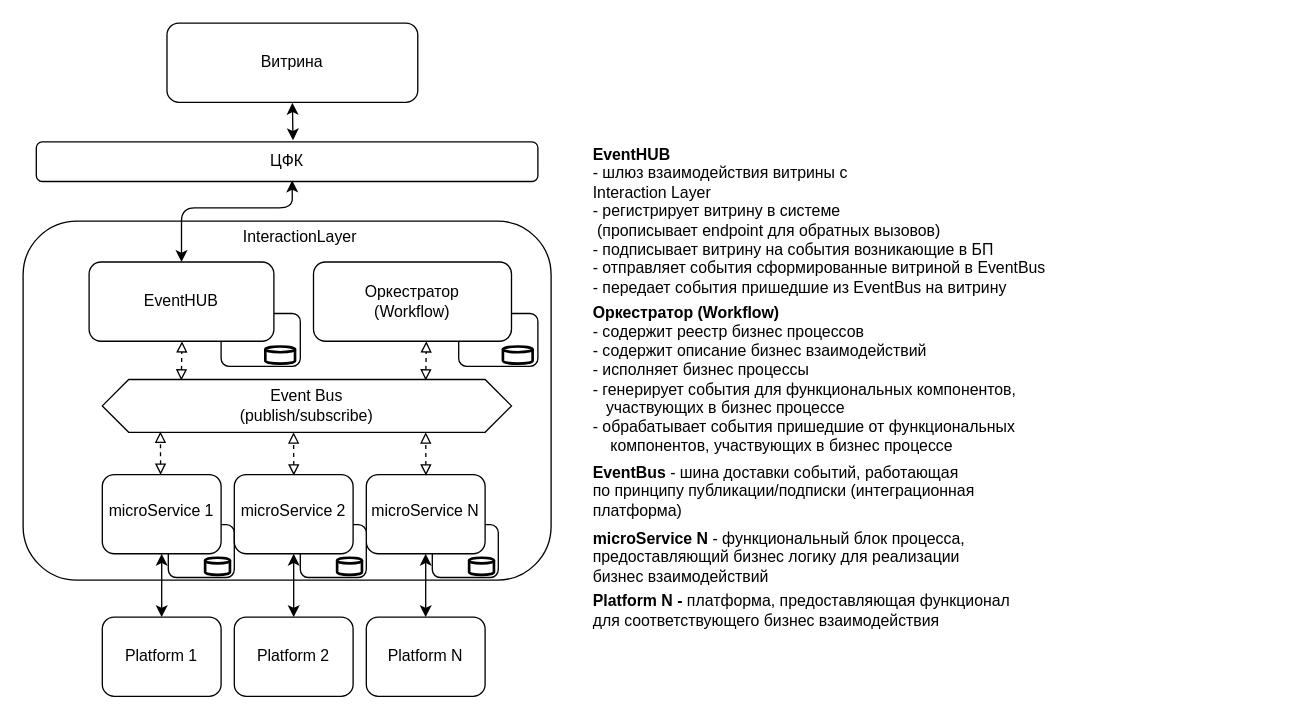
The draw.io diagram page "компонентная схема" (10 of 10) of ExpApiSchematics.drawio in jwkig/expApi, before the edit. Source tidied: cells renumbered, new cells numbered last; positions are measured from the earlier drawing's top-left corner, leaving out a move shared by most shapes. Both pictures are drawn from the tidied source at 132%, with x=0, y=0 at pixel (22, 22).
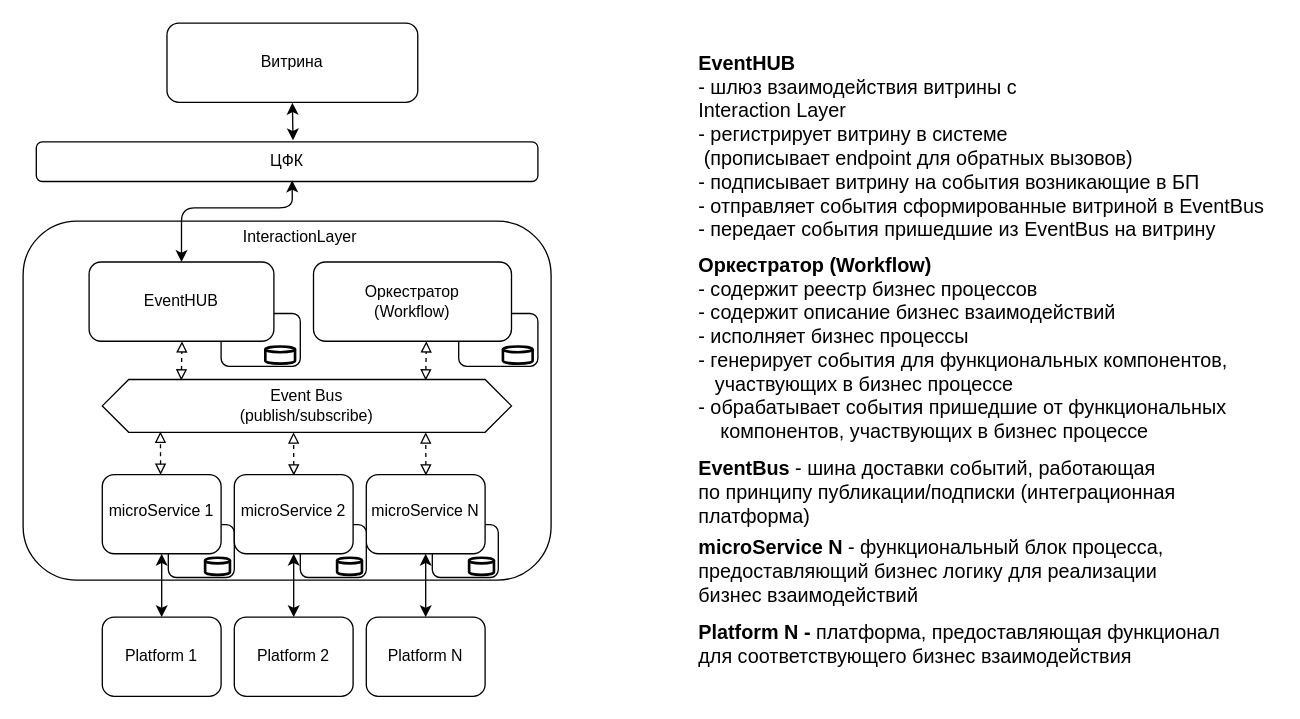
The same page after the edit.

The edit, as a diff of the source:
```diff
@@
-    <mxCell id="17" value="&lt;b&gt;Оркестратор (Workflow)&lt;br&gt;&lt;/b&gt;- содержит реестр бизнес процессов&lt;br&gt;- содержит описание бизнес взаимодействий&amp;nbsp;&lt;br&gt;- исполняет бизнес процессы&amp;nbsp;&lt;br&gt;- генерирует события для функциональных компонентов, &lt;br&gt;&amp;nbsp; &amp;nbsp;участвующих в бизнес процессе&lt;br&gt;- обрабатывает события пришедшие от функциональных&lt;br&gt;&amp;nbsp; &amp;nbsp; компонентов,&amp;nbsp;участвующих в бизнес процессе" style="text;html=1;align=left;verticalAlign=middle;strokeColor=none;" parent="1" vertex="1">
-      <mxGeometry x="430" y="210" width="340" height="120" as="geometry" />
+    <mxCell id="17" value="&lt;font style=&quot;font-size: 15px&quot;&gt;&lt;b&gt;Оркестратор (Workflow)&lt;br&gt;&lt;/b&gt;- содержит реестр бизнес процессов&lt;br&gt;- содержит описание бизнес взаимодействий&amp;nbsp;&lt;br&gt;- исполняет бизнес процессы&amp;nbsp;&lt;br&gt;- генерирует события для функциональных компонентов, &lt;br&gt;&amp;nbsp; &amp;nbsp;участвующих в бизнес процессе&lt;br&gt;- обрабатывает события пришедшие от функциональных&lt;br&gt;&amp;nbsp; &amp;nbsp; компонентов,&amp;nbsp;участвующих в бизнес процессе&lt;/font&gt;" style="text;html=1;align=left;verticalAlign=middle;strokeColor=none;" parent="1" vertex="1">
+      <mxGeometry x="510" y="181" width="420" height="130" as="geometry" />
     </mxCell>
-    <mxCell id="18" value="&lt;b&gt;EventBus &lt;/b&gt;- шина доставки событий, работающая&lt;br&gt;по принципу публикации/подписки (интеграционная&lt;br&gt;платформа)" style="text;html=1;align=left;verticalAlign=middle;strokeColor=none;" parent="1" vertex="1">
-      <mxGeometry x="430" y="330" width="300" height="50" as="geometry" />
+    <mxCell id="18" value="&lt;font style=&quot;font-size: 15px&quot;&gt;&lt;b&gt;EventBus &lt;/b&gt;- шина доставки событий, работающая&lt;br&gt;по принципу публикации/подписки (интеграционная&lt;br&gt;платформа)&lt;/font&gt;" style="text;html=1;align=left;verticalAlign=middle;strokeColor=none;" parent="1" vertex="1">
+      <mxGeometry x="510" y="330" width="380" height="50" as="geometry" />
     </mxCell>
-    <mxCell id="19" value="&lt;b&gt;microService N&lt;/b&gt; - функциональный блок процесса, &lt;br&gt;предоставляющий бизнес логику для реализации&lt;br&gt;бизнес взаимодействий" style="text;html=1;align=left;verticalAlign=middle;strokeColor=none;" parent="1" vertex="1">
-      <mxGeometry x="430" y="380" width="300" height="50" as="geometry" />
+    <mxCell id="19" value="&lt;font style=&quot;font-size: 15px&quot;&gt;&lt;b&gt;microService N&lt;/b&gt; - функциональный блок процесса, &lt;br&gt;предоставляющий бизнес логику для реализации&lt;br&gt;бизнес взаимодействий&lt;/font&gt;" style="text;html=1;align=left;verticalAlign=middle;strokeColor=none;" parent="1" vertex="1">
+      <mxGeometry x="510" y="390" width="370" height="50" as="geometry" />
     </mxCell>
-    <mxCell id="20" value="&lt;b&gt;Platform N -&lt;/b&gt; платформа, предоставляющая функционал&lt;br&gt;для соответствующего бизнес взаимодействия" style="text;html=1;align=left;verticalAlign=middle;strokeColor=none;" parent="1" vertex="1">
-      <mxGeometry x="430" y="430" width="330" height="30" as="geometry" />
+    <mxCell id="20" value="&lt;font style=&quot;font-size: 15px&quot;&gt;&lt;b&gt;Platform N -&lt;/b&gt; платформа, предоставляющая функционал&lt;br&gt;для соответствующего бизнес взаимодействия&lt;/font&gt;" style="text;html=1;align=left;verticalAlign=middle;strokeColor=none;" parent="1" vertex="1">
+      <mxGeometry x="510" y="450" width="410" height="40" as="geometry" />
     </mxCell>
@@
-    <mxCell id="52" value="&lt;b&gt;EventHUB&lt;/b&gt;&lt;b&gt;&lt;br&gt;&lt;/b&gt;- шлюз взаимодействия витрины с&amp;nbsp;&lt;br&gt;Interaction&amp;nbsp;Layer&amp;nbsp;&lt;br&gt;- регистрирует витрину в системе&lt;br&gt;&amp;nbsp;(прописывает endpoint&amp;nbsp;для обратных вызовов)&amp;nbsp;&lt;br&gt;- подписывает витрину на события возникающие в БП&amp;nbsp;&lt;br&gt;- отправляет события сформированные витриной в EventBus&lt;br&gt;- передает события пришедшие из EventBus на витрину" style="text;html=1;align=left;verticalAlign=middle;strokeColor=none;" parent="1" vertex="1">
-      <mxGeometry x="430" y="90" width="360" height="120" as="geometry" />
+    <mxCell id="52" value="&lt;font style=&quot;font-size: 15px&quot;&gt;&lt;b&gt;EventHUB&lt;/b&gt;&lt;b&gt;&lt;br&gt;&lt;/b&gt;- шлюз взаимодействия витрины с&amp;nbsp;&lt;br&gt;Interaction&amp;nbsp;Layer&amp;nbsp;&lt;br&gt;- регистрирует витрину в системе&lt;br&gt;&amp;nbsp;(прописывает endpoint&amp;nbsp;для обратных вызовов)&amp;nbsp;&lt;br&gt;- подписывает витрину на события возникающие в БП&amp;nbsp;&lt;br&gt;- отправляет события сформированные витриной в EventBus&lt;br&gt;- передает события пришедшие из EventBus на витрину&lt;/font&gt;" style="text;html=1;align=left;verticalAlign=middle;strokeColor=none;" parent="1" vertex="1">
+      <mxGeometry x="510" y="28" width="440" height="130" as="geometry" />
     </mxCell>
```
